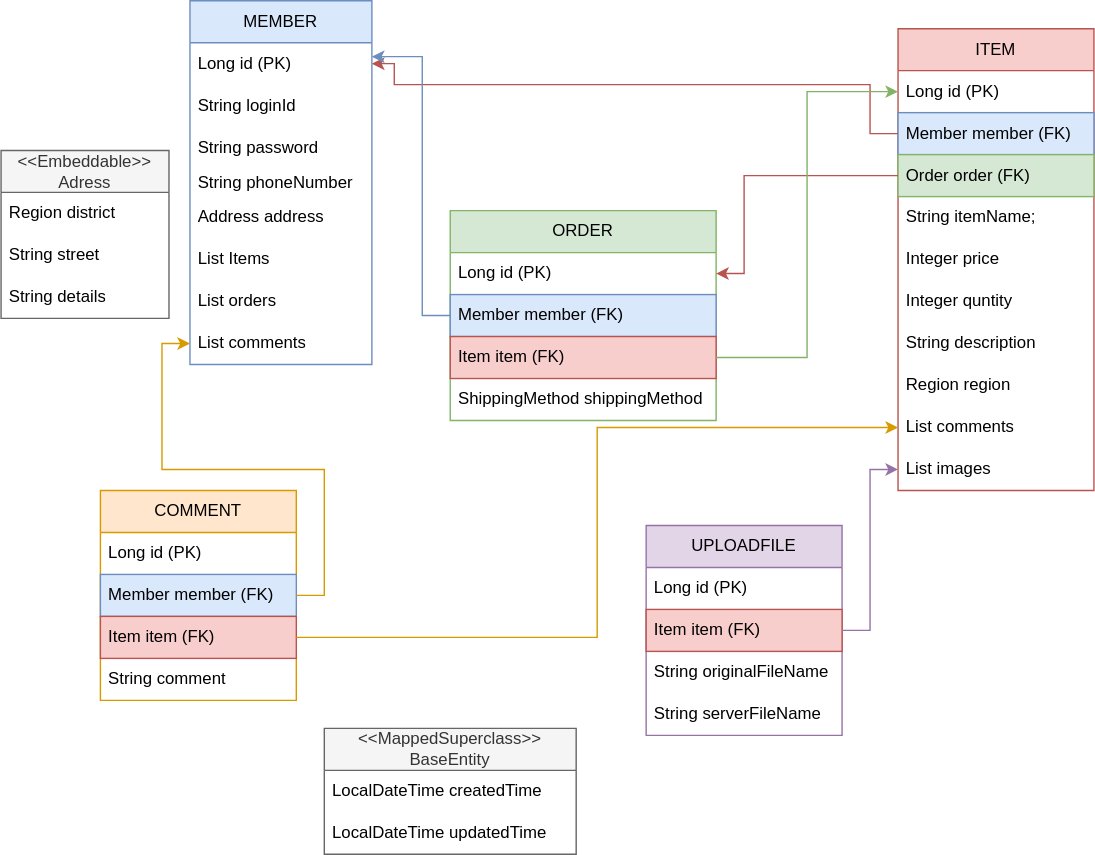
Above: out/production/resources/static/images/ERD.svg in 0808wonje/project (draw.io), before the change. Source tidied: cells renumbered, new cells last; positions are measured from the earlier drawing's top-left corner, leaving out a move shared by most shapes.
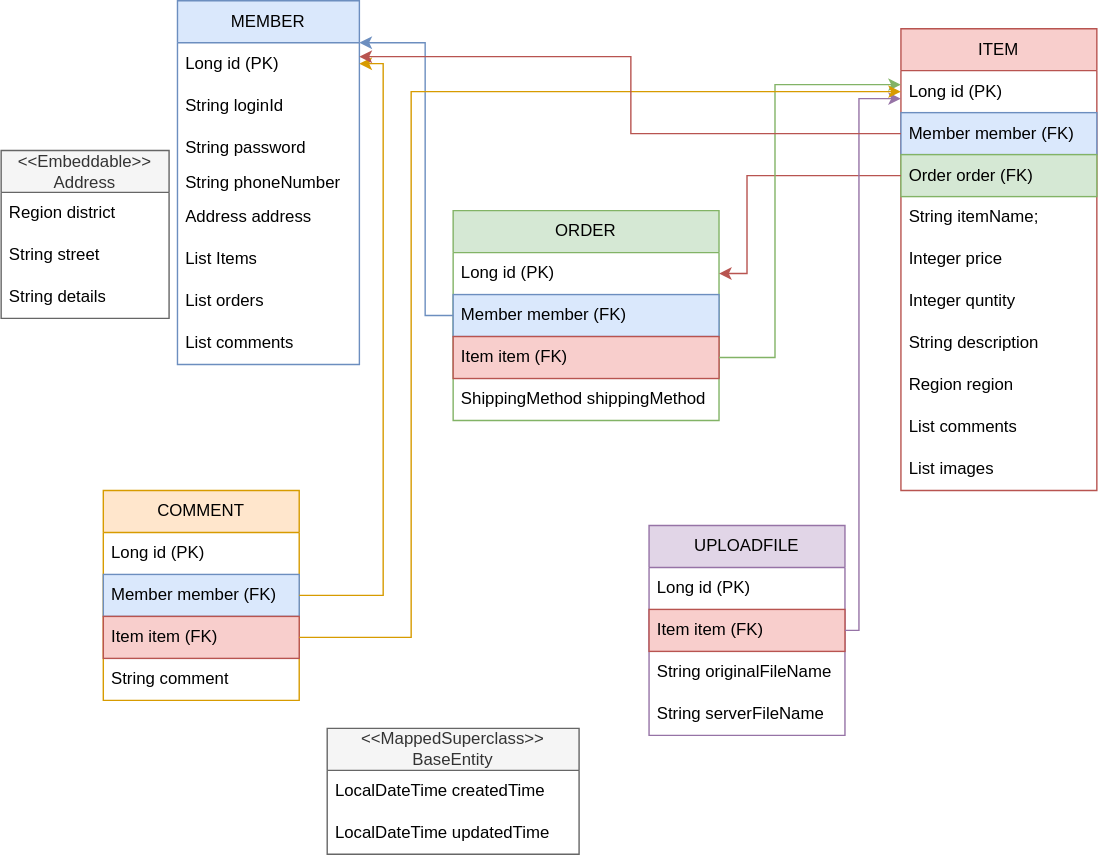
After the change.

What changed in the source:
```diff
@@ -66,7 +66,7 @@
       <mxGeometry y="300" width="140" height="30" as="geometry" />
     </mxCell>
     <mxCell id="23" value="MEMBER" style="swimlane;fontStyle=0;horizontal=1;startSize=30;whiteSpace=wrap;html=1;fillColor=#dae8fc;strokeColor=#6c8ebf;" parent="1" vertex="1">
-      <mxGeometry x="135" width="130" height="260" as="geometry" />
+      <mxGeometry x="124" width="130" height="260" as="geometry" />
     </mxCell>
     <mxCell id="24" value="Long id (PK)" style="text;strokeColor=none;fillColor=none;align=left;verticalAlign=middle;spacingLeft=4;spacingRight=4;overflow=hidden;points=[[0,0.5],[1,0.5]];portConstraint=eastwest;whiteSpace=wrap;html=1;" parent="23" vertex="1">
       <mxGeometry y="30" width="130" height="30" as="geometry" />
@@ -107,16 +107,6 @@
     <mxCell id="36" value="ShippingMethod shippingMethod" style="text;strokeColor=none;fillColor=none;align=left;verticalAlign=middle;spacingLeft=4;spacingRight=4;overflow=hidden;whiteSpace=wrap;html=1;" parent="32" vertex="1">
       <mxGeometry y="120" width="190" height="30" as="geometry" />
     </mxCell>
-    <mxCell id="37" style="edgeStyle=orthogonalEdgeStyle;rounded=0;jettySize=auto;html=1;entryX=1;entryY=0.5;entryDx=0;entryDy=0;strokeColor=#b85450;fillColor=#f8cecc;" parent="1" edge="1" source="14" target="24">
-      <mxGeometry relative="1" as="geometry">
-        <Array as="points">
-          <mxPoint x="621" y="95" />
-          <mxPoint x="621" y="60" />
-          <mxPoint x="281" y="60" />
-          <mxPoint x="281" y="45" />
-        </Array>
-      </mxGeometry>
-    </mxCell>
     <mxCell id="38" style="edgeStyle=orthogonalEdgeStyle;rounded=0;jettySize=auto;html=1;strokeColor=#b85450;fillColor=#f8cecc;" parent="1" edge="1" source="15" target="33">
       <mxGeometry relative="1" as="geometry">
         <Array as="points">
@@ -126,21 +116,23 @@
       </mxGeometry>
     </mxCell>
     <mxCell id="39" style="edgeStyle=orthogonalEdgeStyle;rounded=0;jettySize=auto;html=1;fillColor=#d5e8d4;strokeColor=#82b366;" parent="1" edge="1" source="35" target="13">
-      <mxGeometry relative="1" as="geometry" />
+      <mxGeometry relative="1" as="geometry">
+        <Array as="points">
+          <mxPoint x="551" y="255" />
+          <mxPoint x="551" y="60" />
+        </Array>
+      </mxGeometry>
     </mxCell>
-    <mxCell id="40" style="edgeStyle=orthogonalEdgeStyle;rounded=0;jettySize=auto;html=1;fillColor=#e1d5e7;strokeColor=#9673a6;" parent="1" edge="1" source="4" target="22">
-      <mxGeometry relative="1" as="geometry" />
-    </mxCell>
     <mxCell id="41" style="edgeStyle=orthogonalEdgeStyle;rounded=0;jettySize=auto;html=1;fillColor=#dae8fc;strokeColor=#6c8ebf;" parent="1" edge="1" source="34" target="24">
       <mxGeometry relative="1" as="geometry">
         <Array as="points">
           <mxPoint x="301" y="225" />
-          <mxPoint x="301" y="40" />
+          <mxPoint x="301" y="30" />
         </Array>
       </mxGeometry>
     </mxCell>
-    <mxCell id="42" value="&amp;lt;&amp;lt;Embeddable&amp;gt;&amp;gt;&lt;br&gt;Adress" style="swimlane;fontStyle=0;horizontal=1;startSize=30;whiteSpace=wrap;html=1;fillColor=#f5f5f5;fontColor=#333333;strokeColor=#666666;" parent="1" vertex="1">
-      <mxGeometry y="107" width="120" height="120" as="geometry" />
+    <mxCell id="42" value="&amp;lt;&amp;lt;Embeddable&amp;gt;&amp;gt;&lt;br&gt;Address" style="swimlane;fontStyle=0;horizontal=1;startSize=30;whiteSpace=wrap;html=1;fillColor=#f5f5f5;fontColor=#333333;strokeColor=#666666;" parent="1" vertex="1">
+      <mxGeometry x="-2" y="107" width="120" height="120" as="geometry" />
     </mxCell>
     <mxCell id="43" value="Region district" style="text;strokeColor=none;fillColor=none;align=left;verticalAlign=middle;spacingLeft=4;spacingRight=4;overflow=hidden;whiteSpace=wrap;html=1;" parent="42" vertex="1">
       <mxGeometry y="30" width="120" height="30" as="geometry" />
@@ -151,12 +143,6 @@
     <mxCell id="45" value="String details" style="text;strokeColor=none;fillColor=none;align=left;verticalAlign=middle;spacingLeft=4;spacingRight=4;overflow=hidden;whiteSpace=wrap;html=1;" parent="42" vertex="1">
       <mxGeometry y="90" width="120" height="30" as="geometry" />
     </mxCell>
-    <mxCell id="46" style="edgeStyle=orthogonalEdgeStyle;rounded=0;jettySize=auto;html=1;fillColor=#ffe6cc;strokeColor=#d79b00;" parent="1" edge="1" source="9" target="31">
-      <mxGeometry relative="1" as="geometry" />
-    </mxCell>
-    <mxCell id="47" style="edgeStyle=orthogonalEdgeStyle;rounded=0;jettySize=auto;html=1;fillColor=#ffe6cc;strokeColor=#d79b00;" parent="1" edge="1" source="10" target="21">
-      <mxGeometry relative="1" as="geometry" />
-    </mxCell>
     <mxCell id="48" value="&amp;lt;&amp;lt;MappedSuperclass&amp;gt;&amp;gt;&lt;br&gt;BaseEntity" style="swimlane;fontStyle=0;horizontal=1;startSize=30;whiteSpace=wrap;html=1;fillColor=#f5f5f5;fontColor=#333333;strokeColor=#666666;" parent="1" vertex="1">
       <mxGeometry x="231" y="520" width="180" height="90" as="geometry" />
     </mxCell>
@@ -166,5 +152,37 @@
     <mxCell id="50" value="LocalDateTime updatedTime" style="text;strokeColor=none;fillColor=none;align=left;verticalAlign=middle;spacingLeft=4;spacingRight=4;overflow=hidden;whiteSpace=wrap;html=1;" parent="48" vertex="1">
       <mxGeometry y="60" width="180" height="30" as="geometry" />
     </mxCell>
+    <mxCell id="51" style="edgeStyle=orthogonalEdgeStyle;rounded=0;jettySize=auto;html=1;fillColor=#e1d5e7;strokeColor=#9673a6;" parent="1" edge="1" source="4" target="13">
+      <mxGeometry relative="1" as="geometry">
+        <Array as="points">
+          <mxPoint x="611" y="450" />
+          <mxPoint x="611" y="70" />
+        </Array>
+      </mxGeometry>
+    </mxCell>
+    <mxCell id="52" style="edgeStyle=orthogonalEdgeStyle;rounded=0;jettySize=auto;html=1;fillColor=#ffe6cc;strokeColor=#d79b00;" parent="1" edge="1" source="10" target="13">
+      <mxGeometry relative="1" as="geometry">
+        <Array as="points">
+          <mxPoint x="291" y="455" />
+          <mxPoint x="291" y="65" />
+        </Array>
+      </mxGeometry>
+    </mxCell>
+    <mxCell id="53" style="edgeStyle=orthogonalEdgeStyle;rounded=0;jettySize=auto;html=1;entryX=1;entryY=0.5;entryDx=0;entryDy=0;fillColor=#ffe6cc;strokeColor=#d79b00;" parent="1" edge="1" source="9" target="24">
+      <mxGeometry relative="1" as="geometry">
+        <Array as="points">
+          <mxPoint x="271" y="425" />
+          <mxPoint x="271" y="45" />
+        </Array>
+      </mxGeometry>
+    </mxCell>
+    <mxCell id="37" style="edgeStyle=orthogonalEdgeStyle;rounded=0;jettySize=auto;html=1;fillColor=#f8cecc;strokeColor=#b85450;" parent="1" edge="1" source="14" target="24">
+      <mxGeometry relative="1" as="geometry">
+        <Array as="points">
+          <mxPoint x="448" y="95" />
+          <mxPoint x="448" y="40" />
+        </Array>
+      </mxGeometry>
+    </mxCell>
   </root>
 </mxGraphModel>
```
